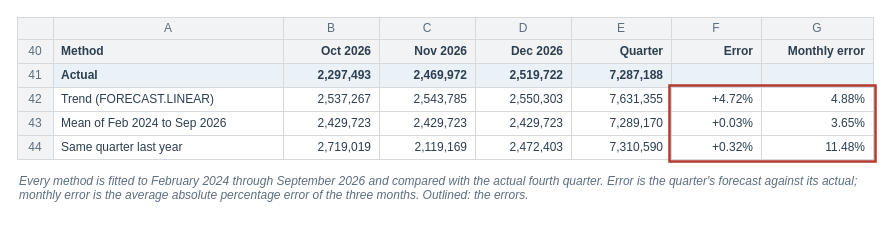
mmcodesso/Accounting_Analytics_Book keeps this draw.io diagram as visuals/src/fig-07-03-forecast-backtest.drawio. Above is the earlier version. Source tidied: cells renumbered, new cells numbered last; positions are measured from the earlier drawing's top-left corner, leaving out a move shared by most shapes. Both pictures are drawn from the tidied source at 100%, with x=0, y=0 at pixel (17, 17).
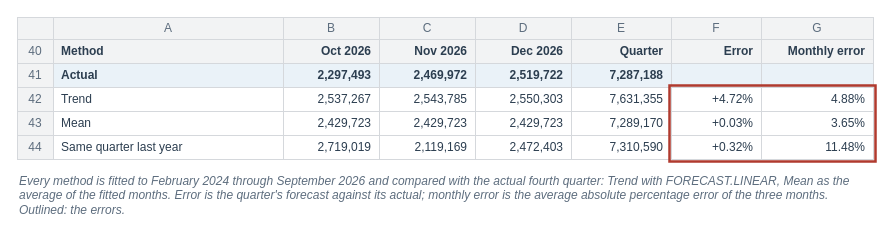
The same diagram, later.

Diff of the diagram source:
```diff
@@
     <mxCell id="2" style="rounded=0;html=1;fillColor=none;strokeColor=none;" parent="1" vertex="1">
-      <mxGeometry width="860" height="192" as="geometry" />
+      <mxGeometry width="860" height="212" as="geometry" />
     </mxCell>
@@
-    <mxCell id="28" value="Trend (FORECAST.LINEAR)" style="rounded=0;arcSize=6;whiteSpace=wrap;html=1;fillColor=#FFFFFF;strokeColor=#D5D8DC;strokeWidth=1;fontColor=#2C3E50;fontSize=12;fontStyle=0;align=left;verticalAlign=middle;fontFamily=Helvetica;spacingLeft=6;spacingRight=6;" parent="1" vertex="1">
+    <mxCell id="28" value="Trend" style="rounded=0;arcSize=6;whiteSpace=wrap;html=1;fillColor=#FFFFFF;strokeColor=#D5D8DC;strokeWidth=1;fontColor=#2C3E50;fontSize=12;fontStyle=0;align=left;verticalAlign=middle;fontFamily=Helvetica;spacingLeft=6;spacingRight=6;" parent="1" vertex="1">
       <mxGeometry x="36" y="70" width="230" height="24" as="geometry" />
     </mxCell>
@@
-    <mxCell id="36" value="Mean of Feb 2024 to Sep 2026" style="rounded=0;arcSize=6;whiteSpace=wrap;html=1;fillColor=#FFFFFF;strokeColor=#D5D8DC;strokeWidth=1;fontColor=#2C3E50;fontSize=12;fontStyle=0;align=left;verticalAlign=middle;fontFamily=Helvetica;spacingLeft=6;spacingRight=6;" parent="1" vertex="1">
+    <mxCell id="36" value="Mean" style="rounded=0;arcSize=6;whiteSpace=wrap;html=1;fillColor=#FFFFFF;strokeColor=#D5D8DC;strokeWidth=1;fontColor=#2C3E50;fontSize=12;fontStyle=0;align=left;verticalAlign=middle;fontFamily=Helvetica;spacingLeft=6;spacingRight=6;" parent="1" vertex="1">
       <mxGeometry x="36" y="94" width="230" height="24" as="geometry" />
     </mxCell>
@@
-    <mxCell id="51" value="&lt;i&gt;Every method is fitted to February 2024 through September 2026 and compared with the actual fourth quarter. Error is the quarter's forecast against its actual; monthly error is the average absolute percentage error of the three months. Outlined: the errors.&lt;/i&gt;" style="text;html=1;whiteSpace=wrap;align=left;verticalAlign=top;fontSize=12;fontColor=#5D6D7E;fontStyle=0;fontFamily=Helvetica;spacing=2;fillColor=none;strokeColor=none;" parent="1" vertex="1">
-      <mxGeometry y="150" width="860" height="40" as="geometry" />
+    <mxCell id="51" value="&lt;i&gt;Every method is fitted to February 2024 through September 2026 and compared with the actual fourth quarter: Trend with FORECAST.LINEAR, Mean as the average of the fitted months. Error is the quarter's forecast against its actual; monthly error is the average absolute percentage error of the three months. Outlined: the errors.&lt;/i&gt;" style="text;html=1;whiteSpace=wrap;align=left;verticalAlign=top;fontSize=12;fontColor=#5D6D7E;fontStyle=0;fontFamily=Helvetica;spacing=2;fillColor=none;strokeColor=none;" parent="1" vertex="1">
+      <mxGeometry y="150" width="860" height="60" as="geometry" />
     </mxCell>
```
